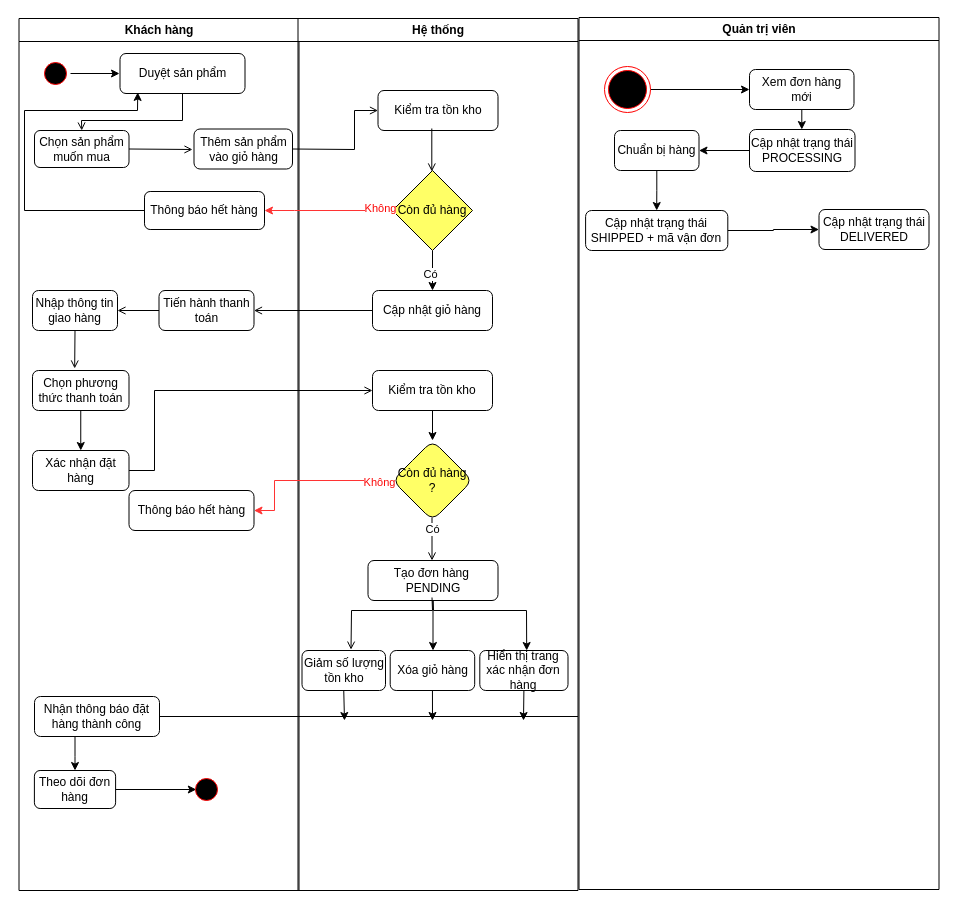
XuanThanh-18/rice-store keeps this draw.io diagram as RiceStore.drawio. Above is the earlier version. Source tidied: cells renumbered, new cells numbered last; positions are measured from the earlier drawing's top-left corner, leaving out a move shared by most shapes. Both pictures are drawn from the tidied source at 100%, with x=0, y=0 at pixel (18, 17).
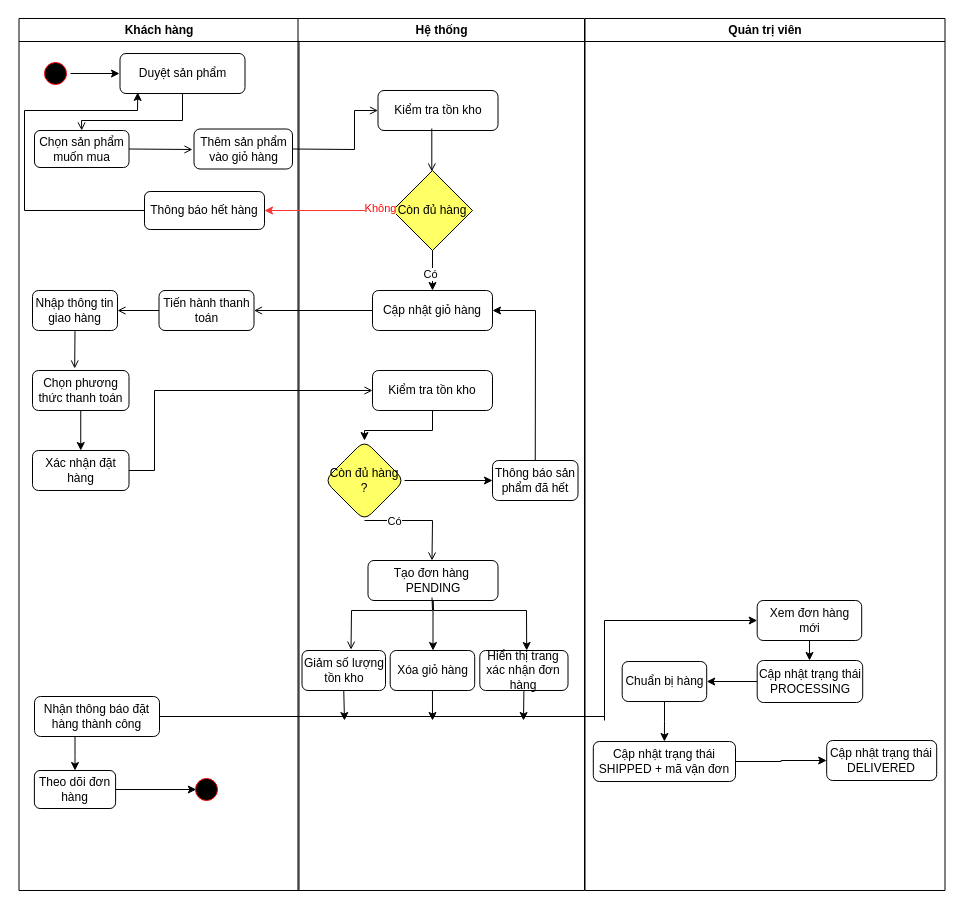
The same page after the edit.

Unchanged cells that the change refers to:
```xml
<mxCell id="2" value="Khách hàng" style="swimlane;whiteSpace=wrap;" parent="1" vertex="1">
  <mxGeometry x="0.5" y="1" width="280" height="872" as="geometry" />
</mxCell>
<mxCell id="21" value="Nhận thông báo đặt hàng thành công" style="rounded=1;whiteSpace=wrap;html=1;" parent="2" vertex="1">
  <mxGeometry x="15.5" y="678" width="125" height="40" as="geometry" />
</mxCell>
<mxCell id="28" value="Cập nhật giỏ hàng" style="rounded=1;whiteSpace=wrap;html=1;" parent="25" vertex="1">
  <mxGeometry x="74.5" y="272" width="120" height="40" as="geometry" />
</mxCell>
```

Change to the diagram source:
```diff
@@
-    <mxCell id="19" value="Thông báo hết hàng" style="rounded=1;whiteSpace=wrap;html=1;" parent="2" vertex="1">
-      <mxGeometry x="110" y="472" width="125" height="40" as="geometry" />
-    </mxCell>
@@
     <mxCell id="25" value="Hệ thống" style="swimlane;whiteSpace=wrap;" parent="1" vertex="1">
-      <mxGeometry x="279.5" y="1" width="280" height="872" as="geometry" />
+      <mxGeometry x="279.5" y="1" width="286.5" height="872" as="geometry" />
     </mxCell>
@@
-    <mxCell id="35" style="endArrow=open;strokeColor=#000000;endFill=1;rounded=0;exitX=0.5;exitY=1;exitDx=0;exitDy=0;entryX=0.5;entryY=0;entryDx=0;entryDy=0;" parent="25" edge="1">
+    <mxCell id="35" style="endArrow=open;strokeColor=#000000;endFill=1;rounded=0;exitX=0.5;exitY=1;exitDx=0;exitDy=0;entryX=0.5;entryY=0;entryDx=0;entryDy=0;" parent="25" edge="1" source="42">
       <mxGeometry relative="1" as="geometry">
-        <mxPoint x="134" y="499" as="sourcePoint" />
         <mxPoint x="134" y="542" as="targetPoint" />
+        <Array as="points">
+          <mxPoint x="134.5" y="502" />
+        </Array>
       </mxGeometry>
     </mxCell>
@@
     <mxCell id="42" value="Còn đủ hàng ?" style="rhombus;whiteSpace=wrap;html=1;rounded=1;fillColor=#FFFF66;" parent="25" vertex="1">
-      <mxGeometry x="94.5" y="422" width="80" height="80" as="geometry" />
+      <mxGeometry x="26.5" y="422" width="80" height="80" as="geometry" />
     </mxCell>
@@
     <mxCell id="44" style="endArrow=none;html=1;rounded=0;entryX=1;entryY=0.5;entryDx=0;entryDy=0;" parent="25" edge="1" target="21">
       <mxGeometry relative="1" as="geometry">
-        <mxPoint x="280" y="698" as="sourcePoint" />
+        <mxPoint x="306.5" y="698" as="sourcePoint" />
         <Array as="points">
           <mxPoint x="-40" y="698" />
         </Array>
       </mxGeometry>
     </mxCell>
+    <mxCell id="19" value="Thông báo sản phẩm đã hết" style="rounded=1;whiteSpace=wrap;html=1;" parent="25" vertex="1">
+      <mxGeometry x="194.5" y="442" width="85.5" height="40" as="geometry" />
+    </mxCell>
+    <mxCell id="62" style="endArrow=classic;html=1;rounded=0;exitX=1;exitY=0.5;exitDx=0;exitDy=0;entryX=0;entryY=0.5;entryDx=0;entryDy=0;" parent="25" edge="1" source="42" target="19">
+      <mxGeometry relative="1" as="geometry" />
+    </mxCell>
+    <mxCell id="67" style="endArrow=classic;html=1;rounded=0;exitX=0.5;exitY=0;exitDx=0;exitDy=0;entryX=1;entryY=0.5;entryDx=0;entryDy=0;" parent="25" edge="1" source="19" target="28">
+      <mxGeometry relative="1" as="geometry">
+        <Array as="points">
+          <mxPoint x="237.5" y="292" />
+        </Array>
+      </mxGeometry>
+    </mxCell>
     <mxCell id="45" value="Quản trị viên" style="swimlane;whiteSpace=wrap;startSize=23;" parent="1" vertex="1">
-      <mxGeometry x="560.5" width="360" height="872" as="geometry" />
+      <mxGeometry x="566.5" y="1" width="360" height="872" as="geometry" />
     </mxCell>
-    <mxCell id="46" style="edgeStyle=orthogonalEdgeStyle;rounded=0;jettySize=auto;html=1;" parent="45" edge="1" source="47" target="49">
-      <mxGeometry relative="1" as="geometry" />
-    </mxCell>
-    <mxCell id="47" style="ellipse;shape=endState;fillColor=#000000;strokeColor=#ff0000;" parent="45" vertex="1">
-      <mxGeometry x="25.5" y="49" width="46" height="46" as="geometry" />
-    </mxCell>
@@
     <mxCell id="49" value="Xem đơn hàng mới" style="rounded=1;whiteSpace=wrap;html=1;" parent="45" vertex="1">
-      <mxGeometry x="170.5" y="52" width="104.5" height="40" as="geometry" />
+      <mxGeometry x="172.2" y="582" width="104.5" height="40" as="geometry" />
     </mxCell>
@@
     <mxCell id="51" value="Cập nhật trạng thái PROCESSING" style="whiteSpace=wrap;html=1;rounded=1;" parent="45" vertex="1">
-      <mxGeometry x="170.5" y="112" width="105.5" height="42" as="geometry" />
+      <mxGeometry x="172.2" y="642" width="105.5" height="42" as="geometry" />
     </mxCell>
@@
     <mxCell id="53" value="Chuẩn bị hàng" style="rounded=1;whiteSpace=wrap;html=1;" parent="45" vertex="1">
-      <mxGeometry x="35.5" y="113" width="84.5" height="40" as="geometry" />
+      <mxGeometry x="37.2" y="643" width="84.5" height="40" as="geometry" />
     </mxCell>
@@
     <mxCell id="55" value="Cập nhật trạng thái SHIPPED + mã vận đơn" style="whiteSpace=wrap;html=1;rounded=1;" parent="45" vertex="1">
-      <mxGeometry x="6.6" y="193" width="142.2" height="40" as="geometry" />
+      <mxGeometry x="8.3" y="723" width="142.2" height="40" as="geometry" />
     </mxCell>
     <mxCell id="56" value="Cập nhật trạng thái DELIVERED" style="whiteSpace=wrap;html=1;rounded=1;" parent="45" vertex="1">
-      <mxGeometry x="240" y="192" width="110" height="40" as="geometry" />
+      <mxGeometry x="241.7" y="722" width="110" height="40" as="geometry" />
     </mxCell>
@@
-    <mxCell id="62" style="endArrow=classic;html=1;rounded=0;exitX=0;exitY=0.5;exitDx=0;exitDy=0;entryX=1;entryY=0.5;entryDx=0;entryDy=0;strokeColor=#FF3333;" parent="1" edge="1" source="42" target="19">
-      <mxGeometry relative="1" as="geometry">
-        <Array as="points">
-          <mxPoint x="256" y="463" />
-          <mxPoint x="256" y="493" />
-        </Array>
-      </mxGeometry>
-    </mxCell>
-    <mxCell id="63" value="&lt;font style=&quot;color: light-dark(rgb(251, 9, 9), rgb(237, 237, 237));&quot;&gt;Không&lt;/font&gt;" style="edgeLabel;html=1;align=center;verticalAlign=middle;" parent="62" vertex="1">
-      <mxGeometry x="-0.85" y="1" relative="1" as="geometry">
-        <mxPoint x="-1" as="offset" />
-      </mxGeometry>
-    </mxCell>
@@
+    <mxCell id="68" style="endArrow=classic;html=1;rounded=0;entryX=0;entryY=0.5;entryDx=0;entryDy=0;" parent="1" edge="1" target="49">
+      <mxGeometry relative="1" as="geometry">
+        <mxPoint x="586" y="703" as="sourcePoint" />
+        <Array as="points">
+          <mxPoint x="586" y="603" />
+        </Array>
+      </mxGeometry>
+    </mxCell>
```
